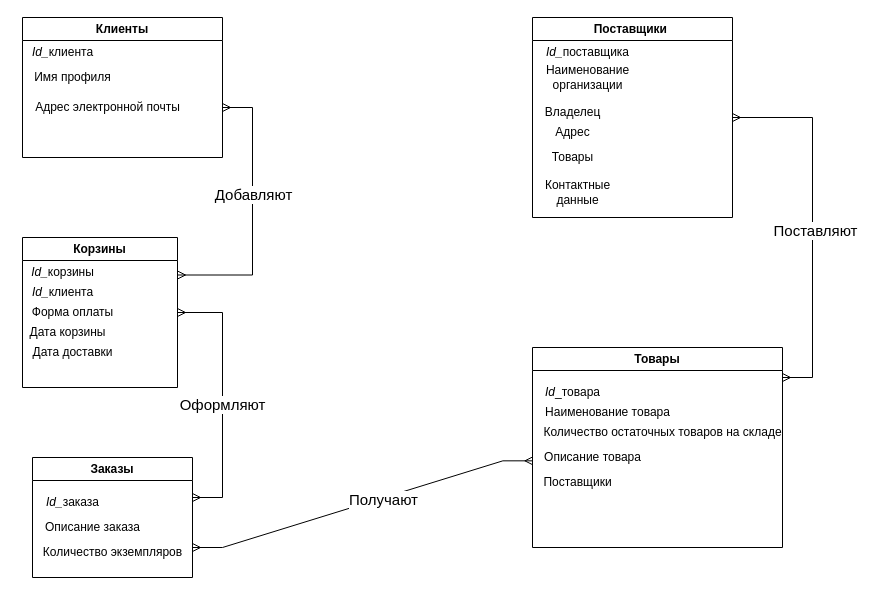
Earlier version of the draw.io diagram ER-модель.drawio (Weintag/Database). Source tidied: cells renumbered, new cells numbered last; positions are measured from the earlier drawing's top-left corner, leaving out a move shared by most shapes. Both pictures are drawn from the tidied source at 100%, with x=0, y=0 at pixel (17, 17).
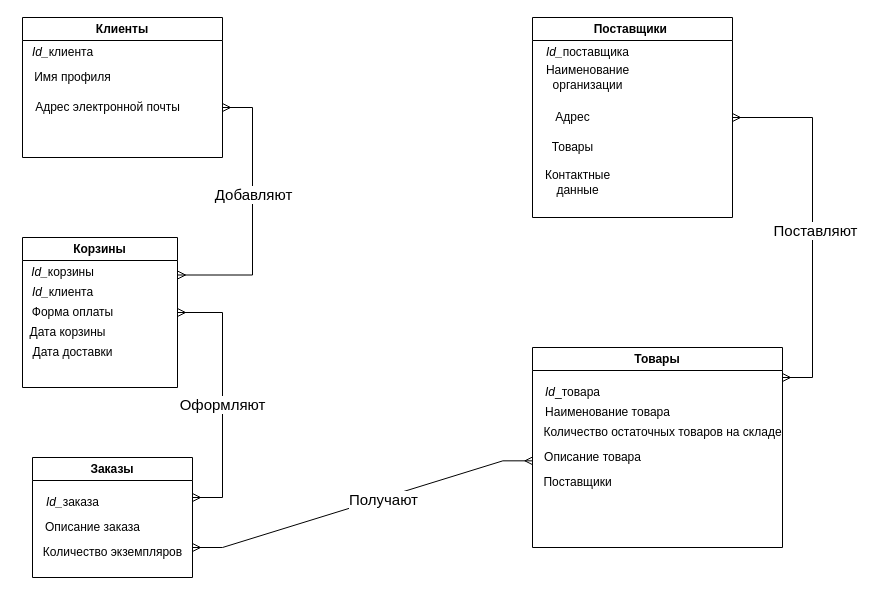
The same page after the edit.

The change refers to these unchanged cells:
```xml
<mxCell id="13" value="Поставщики&amp;nbsp;" style="swimlane;whiteSpace=wrap;html=1;" parent="1" vertex="1">
  <mxGeometry x="515" width="200" height="200" as="geometry" />
</mxCell>
```

The edit, as a diff of the source:
```diff
@@
-    <mxCell id="15" value="Владелец" style="text;html=1;align=center;verticalAlign=middle;strokeColor=none;fillColor=none;" parent="13" vertex="1">
-      <mxGeometry y="80" width="80" height="30" as="geometry" />
-    </mxCell>
     <mxCell id="16" value="Адрес" style="text;html=1;align=center;verticalAlign=middle;strokeColor=none;fillColor=none;" parent="13" vertex="1">
-      <mxGeometry x="10" y="100" width="60" height="30" as="geometry" />
+      <mxGeometry x="10" y="85" width="60" height="30" as="geometry" />
     </mxCell>
     <mxCell id="17" value="Товары" style="text;html=1;align=center;verticalAlign=middle;strokeColor=none;fillColor=none;" parent="13" vertex="1">
-      <mxGeometry x="10" y="125" width="60" height="30" as="geometry" />
+      <mxGeometry x="10" y="115" width="60" height="30" as="geometry" />
     </mxCell>
     <mxCell id="18" value="Контактные&lt;br/&gt;данные" style="text;html=1;align=center;verticalAlign=middle;strokeColor=none;fillColor=none;" parent="13" vertex="1">
-      <mxGeometry y="155" width="90" height="40" as="geometry" />
+      <mxGeometry y="145" width="90" height="40" as="geometry" />
     </mxCell>
```
